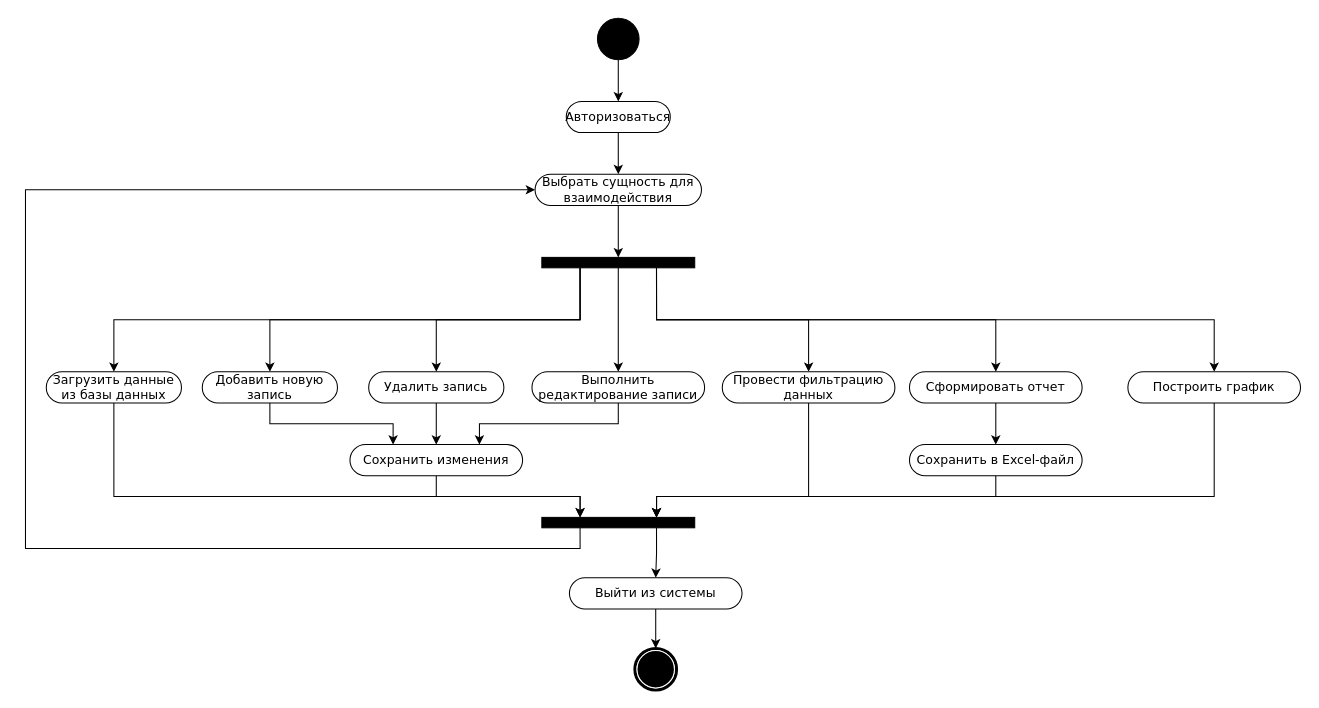
This is Отчет/Диаграммы/Диаграмма активностей.drawio from f0rw4rd-dev/hse-hsms-wpf, a draw.io file, before an edit. Source tidied: cells renumbered, new cells numbered last; positions are measured from the earlier drawing's top-left corner, leaving out a move shared by most shapes. Both pictures are drawn from the tidied source at 104%, with x=0, y=0 at pixel (25, 18).
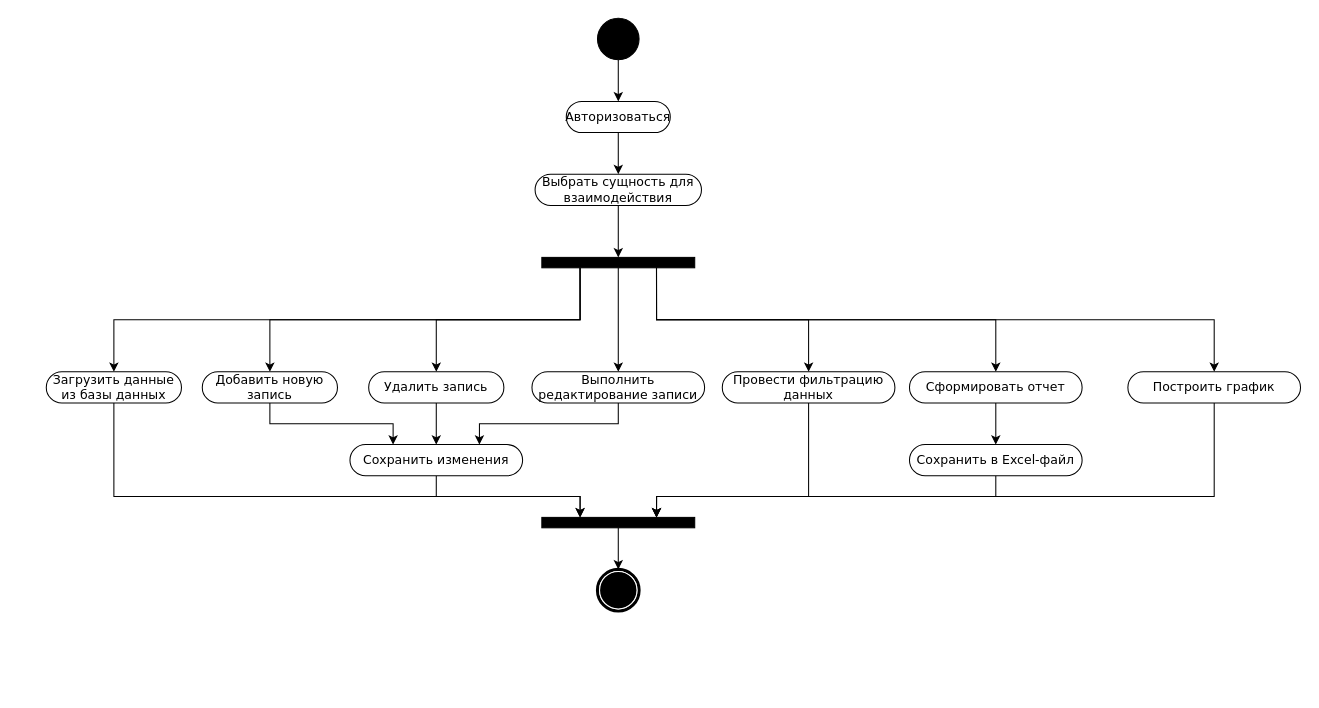
The same page after the edit.

Unchanged cells that the change refers to:
```xml
<mxCell id="7" value="Выбрать сущность для взаимодействия" style="rounded=1;whiteSpace=wrap;html=1;shadow=0;comic=0;labelBackgroundColor=none;strokeWidth=1;fontFamily=Verdana;fontSize=12;align=center;arcSize=50;" parent="1" vertex="1">
  <mxGeometry x="490" y="150" width="160" height="30" as="geometry" />
</mxCell>
<mxCell id="37" style="whiteSpace=wrap;html=1;rounded=0;shadow=0;comic=0;labelBackgroundColor=none;strokeWidth=1;fillColor=#000000;fontFamily=Verdana;fontSize=12;align=center;rotation=0;" parent="1" vertex="1">
  <mxGeometry x="496.5" y="480" width="147" height="10" as="geometry" />
</mxCell>
```

What changed in the source:
```diff
@@
     <mxCell id="28" style="shape=mxgraph.bpmn.shape;html=1;verticalLabelPosition=bottom;labelBackgroundColor=#ffffff;verticalAlign=top;perimeter=ellipsePerimeter;outline=end;symbol=terminate;rounded=0;shadow=0;comic=0;strokeWidth=1;fontFamily=Verdana;fontSize=12;align=center;" parent="1" vertex="1">
-      <mxGeometry x="586" y="606" width="40" height="40" as="geometry" />
+      <mxGeometry x="550" y="530" width="40" height="40" as="geometry" />
     </mxCell>
@@
-    <mxCell id="35" style="edgeStyle=orthogonalEdgeStyle;rounded=0;jettySize=auto;html=1;exitX=0.25;exitY=1;exitDx=0;exitDy=0;entryX=0;entryY=0.5;entryDx=0;entryDy=0;" parent="1" edge="1" source="37" target="7">
-      <mxGeometry relative="1" as="geometry">
-        <Array as="points">
-          <mxPoint x="533" y="510" />
-          <mxPoint y="510" />
-          <mxPoint y="165" />
-        </Array>
-      </mxGeometry>
-    </mxCell>
-    <mxCell id="36" style="edgeStyle=orthogonalEdgeStyle;rounded=0;jettySize=auto;html=1;exitX=0.75;exitY=1;exitDx=0;exitDy=0;entryX=0.5;entryY=0;entryDx=0;entryDy=0;" parent="1" edge="1" source="37" target="39">
-      <mxGeometry relative="1" as="geometry" />
-    </mxCell>
+    <mxCell id="40" style="edgeStyle=orthogonalEdgeStyle;rounded=0;jettySize=auto;html=1;exitX=0.5;exitY=1;exitDx=0;exitDy=0;entryX=0.5;entryY=0;entryDx=0;entryDy=0;" parent="1" edge="1" source="37" target="28">
+      <mxGeometry relative="1" as="geometry" />
+    </mxCell>
@@
-    <mxCell id="38" style="edgeStyle=orthogonalEdgeStyle;rounded=0;jettySize=auto;html=1;exitX=0.5;exitY=1;exitDx=0;exitDy=0;entryX=0.5;entryY=0;entryDx=0;entryDy=0;" parent="1" edge="1" source="39" target="28">
-      <mxGeometry relative="1" as="geometry" />
-    </mxCell>
-    <mxCell id="39" value="Выйти из системы" style="rounded=1;whiteSpace=wrap;html=1;shadow=0;comic=0;labelBackgroundColor=none;strokeWidth=1;fontFamily=Verdana;fontSize=12;align=center;arcSize=50;" parent="1" vertex="1">
-      <mxGeometry x="523" y="538" width="166" height="30" as="geometry" />
-    </mxCell>
```
